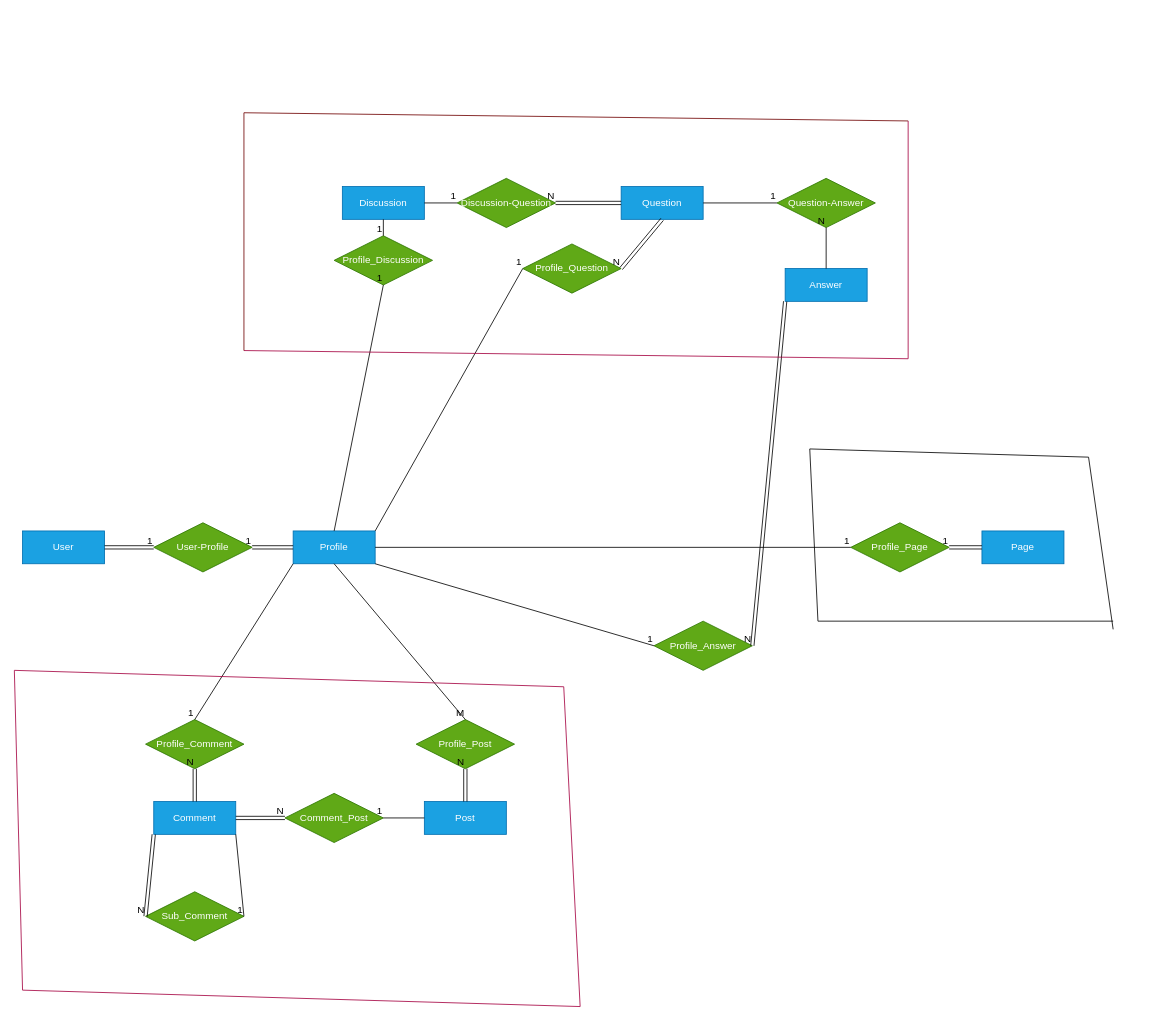
Earlier version of the draw.io diagram core/ERD.drawio (abolfazlshahsavaryyy/citizen_journal). Source tidied: cells renumbered, new cells numbered last; positions are measured from the earlier drawing's top-left corner, leaving out a move shared by most shapes. Both pictures are drawn from the tidied source at 82%, with x=0, y=0 at pixel (14, 112).
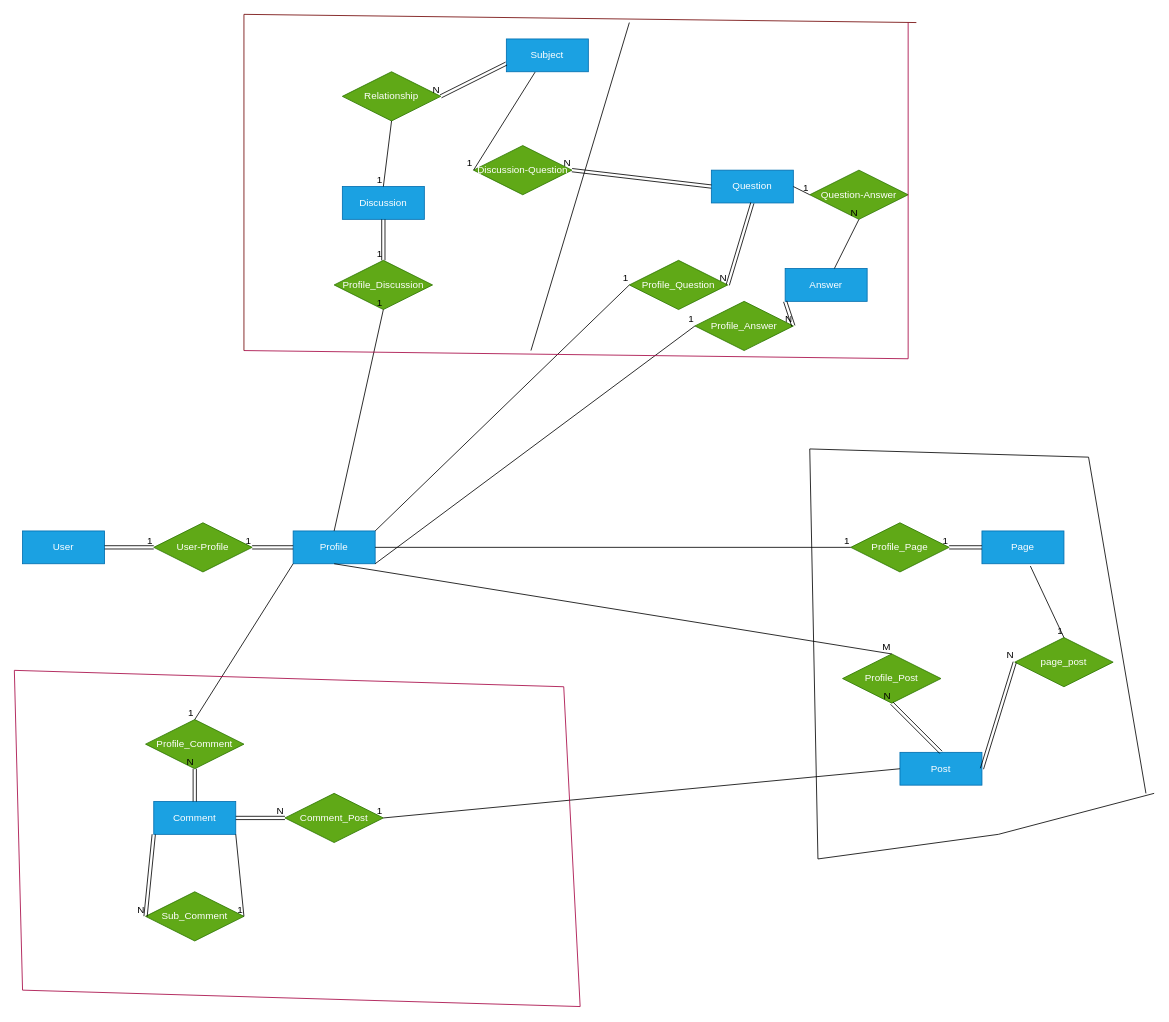
After the change.

Commit message:
Update ERD.drawio split the apps and add subject entity

The change refers to these unchanged cells:
```xml
<mxCell id="6" value="&lt;div&gt;Page&lt;/div&gt;" style="whiteSpace=wrap;html=1;align=center;fillColor=#1ba1e2;fontColor=#ffffff;strokeColor=#006EAF;" parent="1" vertex="1">
  <mxGeometry x="1180" y="510" width="100" height="40" as="geometry" />
</mxCell>
<mxCell id="7" value="Discussion" style="whiteSpace=wrap;html=1;align=center;fillColor=#1ba1e2;fontColor=#ffffff;strokeColor=#006EAF;" parent="1" vertex="1">
  <mxGeometry x="400" y="90" width="100" height="40" as="geometry" />
</mxCell>
```

What changed in the source:
```diff
@@
     <mxCell id="4" value="&lt;div&gt;Post&lt;/div&gt;" style="whiteSpace=wrap;html=1;align=center;fillColor=#1ba1e2;fontColor=#ffffff;strokeColor=#006EAF;" parent="1" vertex="1">
-      <mxGeometry x="500" y="840" width="100" height="40" as="geometry" />
+      <mxGeometry x="1080" y="780" width="100" height="40" as="geometry" />
     </mxCell>
@@
     <mxCell id="8" value="&lt;div&gt;Question&lt;/div&gt;" style="whiteSpace=wrap;html=1;align=center;fillColor=#1ba1e2;fontColor=#ffffff;strokeColor=#006EAF;" parent="1" vertex="1">
-      <mxGeometry x="740" y="90" width="100" height="40" as="geometry" />
+      <mxGeometry x="850" y="70" width="100" height="40" as="geometry" />
     </mxCell>
@@
     <mxCell id="15" value="Profile_Post" style="shape=rhombus;perimeter=rhombusPerimeter;whiteSpace=wrap;html=1;align=center;fillColor=#60a917;fontColor=#ffffff;strokeColor=#2D7600;" parent="1" vertex="1">
-      <mxGeometry x="490" y="740" width="120" height="60" as="geometry" />
+      <mxGeometry x="1010" y="660" width="120" height="60" as="geometry" />
     </mxCell>
@@
     <mxCell id="26" value="Profile_Discussion" style="shape=rhombus;perimeter=rhombusPerimeter;whiteSpace=wrap;html=1;align=center;fillColor=#60a917;fontColor=#ffffff;strokeColor=#2D7600;" parent="1" vertex="1">
-      <mxGeometry x="390" y="150" width="120" height="60" as="geometry" />
+      <mxGeometry x="390" y="180" width="120" height="60" as="geometry" />
     </mxCell>
@@
-    <mxCell id="29" style="endArrow=none;html=1;rounded=0;exitX=0.5;exitY=1;exitDx=0;exitDy=0;entryX=0.5;entryY=0;entryDx=0;entryDy=0;" parent="1" edge="1" source="7" target="26">
-      <mxGeometry relative="1" as="geometry" />
-    </mxCell>
-    <mxCell id="30" value="1" style="html=1;whiteSpace=wrap;align=right;verticalAlign=bottom;" parent="29" vertex="1">
-      <mxGeometry x="1" relative="1" as="geometry" />
-    </mxCell>
@@
     <mxCell id="33" value="ِDiscussion-Question" style="shape=rhombus;perimeter=rhombusPerimeter;whiteSpace=wrap;html=1;align=center;fillColor=#60a917;fontColor=#ffffff;strokeColor=#2D7600;" parent="1" vertex="1">
-      <mxGeometry x="540" y="80" width="120" height="60" as="geometry" />
+      <mxGeometry x="560" y="40" width="120" height="60" as="geometry" />
     </mxCell>
-    <mxCell id="34" style="endArrow=none;html=1;rounded=0;entryX=0;entryY=0.5;entryDx=0;entryDy=0;exitX=1;exitY=0.5;exitDx=0;exitDy=0;" parent="1" edge="1" source="7" target="33">
+    <mxCell id="34" style="endArrow=none;html=1;rounded=0;entryX=0;entryY=0.5;entryDx=0;entryDy=0;exitX=0.352;exitY=1.006;exitDx=0;exitDy=0;exitPerimeter=0;" parent="1" edge="1" source="84" target="33">
       <mxGeometry relative="1" as="geometry" />
     </mxCell>
@@
     <mxCell id="38" value="Question-Answer" style="shape=rhombus;perimeter=rhombusPerimeter;whiteSpace=wrap;html=1;align=center;fillColor=#60a917;fontColor=#ffffff;strokeColor=#2D7600;" parent="1" vertex="1">
-      <mxGeometry x="930" y="80" width="120" height="60" as="geometry" />
+      <mxGeometry x="970" y="70" width="120" height="60" as="geometry" />
     </mxCell>
@@
     <mxCell id="44" value="&lt;div&gt;Profile_Question&lt;/div&gt;" style="shape=rhombus;perimeter=rhombusPerimeter;whiteSpace=wrap;html=1;align=center;fillColor=#60a917;fontColor=#ffffff;strokeColor=#2D7600;" parent="1" vertex="1">
-      <mxGeometry x="620" y="160" width="120" height="60" as="geometry" />
+      <mxGeometry x="750" y="180" width="120" height="60" as="geometry" />
     </mxCell>
@@
     <mxCell id="49" value="&lt;div&gt;Profile_Answer&lt;/div&gt;" style="shape=rhombus;perimeter=rhombusPerimeter;whiteSpace=wrap;html=1;align=center;fillColor=#60a917;fontColor=#ffffff;strokeColor=#2D7600;" parent="1" vertex="1">
-      <mxGeometry x="780" y="620" width="120" height="60" as="geometry" />
+      <mxGeometry x="830" y="230" width="120" height="60" as="geometry" />
     </mxCell>
@@
     <mxCell id="67" style="endArrow=none;html=1;rounded=0;fillColor=#a20025;strokeColor=#6F0000;" parent="1" edge="1">
       <mxGeometry relative="1" as="geometry">
         <mxPoint x="280" y="290" as="sourcePoint" />
-        <mxPoint x="280" as="targetPoint" />
+        <mxPoint x="280" y="-120" as="targetPoint" />
       </mxGeometry>
     </mxCell>
     <mxCell id="68" style="endArrow=none;html=1;rounded=0;fillColor=#a20025;strokeColor=#6F0000;" parent="1" edge="1">
       <mxGeometry relative="1" as="geometry">
-        <mxPoint x="280" as="sourcePoint" />
-        <mxPoint x="1090" y="10" as="targetPoint" />
+        <mxPoint x="280" y="-120" as="sourcePoint" />
+        <mxPoint x="1100" y="-110" as="targetPoint" />
       </mxGeometry>
     </mxCell>
     <mxCell id="69" style="endArrow=none;html=1;rounded=0;fillColor=#d80073;strokeColor=#A50040;" parent="1" edge="1">
       <mxGeometry relative="1" as="geometry">
         <mxPoint x="1090" y="300" as="sourcePoint" />
-        <mxPoint x="1090" y="10" as="targetPoint" />
+        <mxPoint x="1090" y="-110" as="targetPoint" />
       </mxGeometry>
     </mxCell>
@@
     <mxCell id="74" style="endArrow=none;html=1;rounded=0;" parent="1" edge="1">
       <mxGeometry relative="1" as="geometry">
-        <mxPoint x="980" y="620" as="sourcePoint" />
-        <mxPoint x="1340" y="620" as="targetPoint" />
+        <mxPoint x="980" y="910" as="sourcePoint" />
+        <mxPoint x="1390" y="830" as="targetPoint" />
+        <Array as="points">
+          <mxPoint x="1200" y="880" />
+        </Array>
       </mxGeometry>
     </mxCell>
     <mxCell id="75" style="endArrow=none;html=1;rounded=0;" parent="1" edge="1">
       <mxGeometry relative="1" as="geometry">
-        <mxPoint x="1340" y="630" as="sourcePoint" />
+        <mxPoint x="1380" y="830" as="sourcePoint" />
         <mxPoint x="1310" y="420" as="targetPoint" />
       </mxGeometry>
     </mxCell>
     <mxCell id="76" style="endArrow=none;html=1;rounded=0;" parent="1" edge="1">
       <mxGeometry relative="1" as="geometry">
-        <mxPoint x="980" y="620" as="sourcePoint" />
+        <mxPoint x="980" y="910" as="sourcePoint" />
         <mxPoint x="970" y="410" as="targetPoint" />
       </mxGeometry>
     </mxCell>
@@
+    <mxCell id="29" style="shape=link;html=1;rounded=0;entryX=0.5;entryY=0;entryDx=0;entryDy=0;exitX=0.5;exitY=1;exitDx=0;exitDy=0;" parent="1" edge="1" source="7" target="26">
+      <mxGeometry relative="1" as="geometry" />
+    </mxCell>
+    <mxCell id="78" value="1" style="html=1;whiteSpace=wrap;align=right;verticalAlign=bottom;" parent="29" vertex="1">
+      <mxGeometry x="1" relative="1" as="geometry" />
+    </mxCell>
+    <mxCell id="79" value="page_post" style="shape=rhombus;perimeter=rhombusPerimeter;whiteSpace=wrap;html=1;align=center;fillColor=#60a917;fontColor=#ffffff;strokeColor=#2D7600;" parent="1" vertex="1">
+      <mxGeometry x="1220" y="640" width="120" height="60" as="geometry" />
+    </mxCell>
+    <mxCell id="80" style="endArrow=none;html=1;rounded=0;entryX=0.5;entryY=0;entryDx=0;entryDy=0;exitX=0.59;exitY=1.069;exitDx=0;exitDy=0;exitPerimeter=0;" parent="1" edge="1" source="6" target="79">
+      <mxGeometry relative="1" as="geometry" />
+    </mxCell>
+    <mxCell id="81" value="1" style="html=1;whiteSpace=wrap;align=right;verticalAlign=bottom;" parent="80" vertex="1">
+      <mxGeometry x="1" relative="1" as="geometry" />
+    </mxCell>
+    <mxCell id="82" style="shape=link;html=1;rounded=0;exitX=1;exitY=0.5;exitDx=0;exitDy=0;entryX=0;entryY=0.5;entryDx=0;entryDy=0;" parent="1" edge="1" source="4" target="79">
+      <mxGeometry relative="1" as="geometry" />
+    </mxCell>
+    <mxCell id="83" value="N" style="html=1;whiteSpace=wrap;align=right;verticalAlign=bottom;" parent="82" vertex="1">
+      <mxGeometry x="1" relative="1" as="geometry" />
+    </mxCell>
+    <mxCell id="84" value="&lt;div&gt;Subject&lt;/div&gt;" style="whiteSpace=wrap;html=1;align=center;fillColor=#1ba1e2;fontColor=#ffffff;strokeColor=#006EAF;" parent="1" vertex="1">
+      <mxGeometry x="600" y="-90" width="100" height="40" as="geometry" />
+    </mxCell>
+    <mxCell id="85" value="Relationship" style="shape=rhombus;perimeter=rhombusPerimeter;whiteSpace=wrap;html=1;align=center;fillColor=#60a917;fontColor=#ffffff;strokeColor=#2D7600;" parent="1" vertex="1">
+      <mxGeometry x="400" y="-50" width="120" height="60" as="geometry" />
+    </mxCell>
+    <mxCell id="86" style="endArrow=none;html=1;rounded=0;entryX=0.5;entryY=0;entryDx=0;entryDy=0;exitX=0.5;exitY=1;exitDx=0;exitDy=0;" parent="1" edge="1" source="85" target="7">
+      <mxGeometry relative="1" as="geometry" />
+    </mxCell>
+    <mxCell id="87" value="1" style="html=1;whiteSpace=wrap;align=right;verticalAlign=bottom;" parent="86" vertex="1">
+      <mxGeometry x="1" relative="1" as="geometry" />
+    </mxCell>
+    <mxCell id="88" style="shape=link;html=1;rounded=0;entryX=1;entryY=0.5;entryDx=0;entryDy=0;exitX=0;exitY=0.75;exitDx=0;exitDy=0;" parent="1" edge="1" source="84" target="85">
+      <mxGeometry relative="1" as="geometry" />
+    </mxCell>
+    <mxCell id="89" value="N" style="html=1;whiteSpace=wrap;align=right;verticalAlign=bottom;" parent="88" vertex="1">
+      <mxGeometry x="1" relative="1" as="geometry" />
+    </mxCell>
+    <mxCell id="90" style="endArrow=none;html=1;rounded=0;" parent="1" edge="1">
+      <mxGeometry relative="1" as="geometry">
+        <mxPoint x="630" y="290" as="sourcePoint" />
+        <mxPoint x="750" y="-110" as="targetPoint" />
+      </mxGeometry>
+    </mxCell>
```
